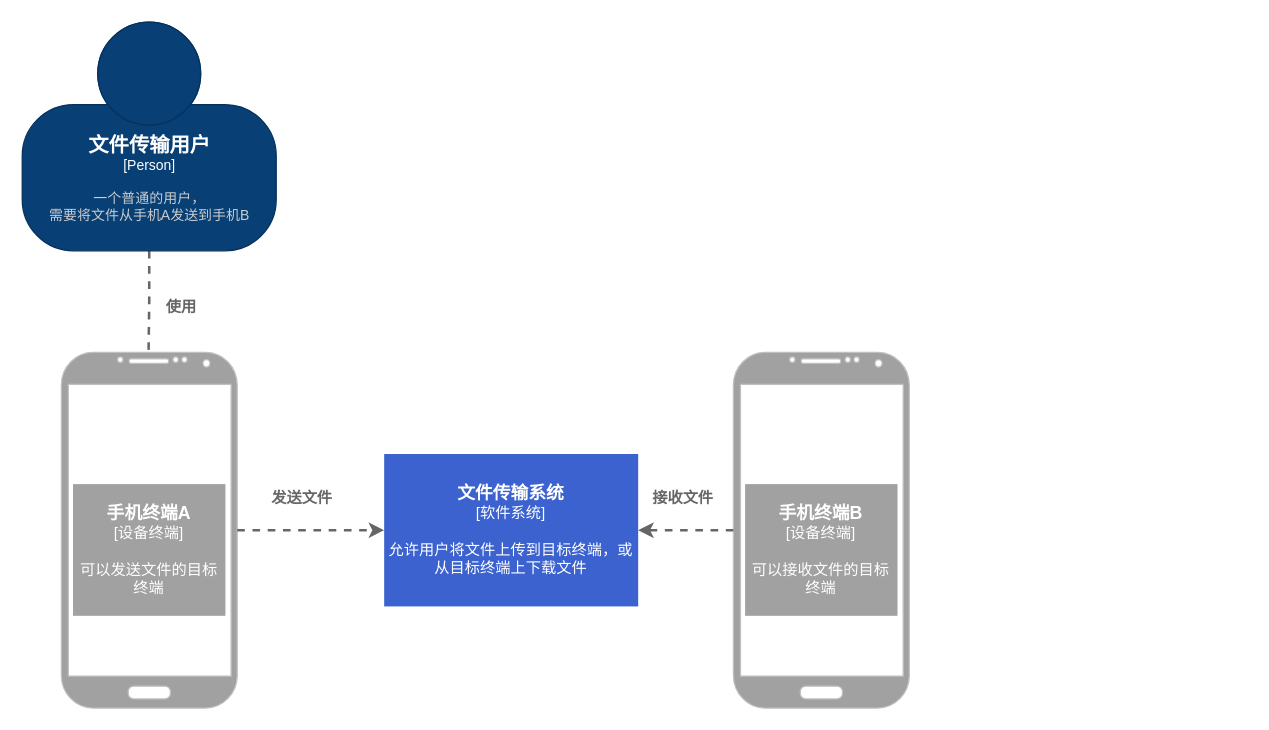
Before: page "phone2phone_c4_context" (1 of 3) of Programmar/project/filetransfer/design/p2ptransfer.drawio in xiahaohai123/Blog, a draw.io diagram. Source tidied: cells renumbered, new cells numbered last; positions are measured from the earlier drawing's top-left corner, leaving out a move shared by most shapes. Both pictures are drawn from the tidied source at 127%, with x=0, y=0 at pixel (22, 22).
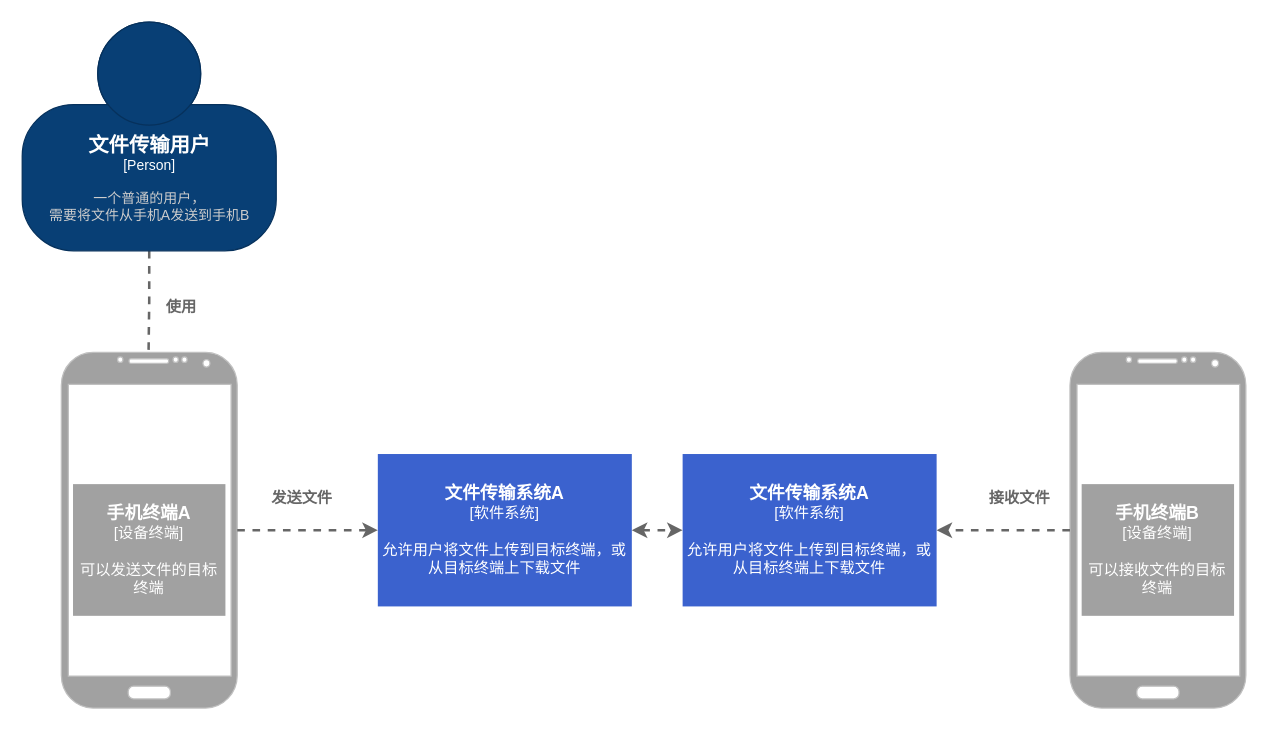
Above is the later version.

Change to the diagram source:
```diff
@@
 <mxGraphModel>
   <root>
     <mxCell id="0" />
     <mxCell id="1" parent="0" />
     <mxCell id="2" style="edgeStyle=orthogonalEdgeStyle;rounded=0;jettySize=auto;html=1;dashed=1;strokeColor=#666666;strokeWidth=2;entryX=0.494;entryY=0.069;entryDx=0;entryDy=0;entryPerimeter=0;" parent="1" edge="1" source="3" target="10">
       <mxGeometry relative="1" as="geometry" />
     </mxCell>
     <object id="3" label="&lt;font style=&quot;font-size: 16px&quot;&gt;&lt;b&gt;%c4Name%&lt;/b&gt;&lt;/font&gt;&lt;div&gt;[%c4Type%]&lt;/div&gt;&lt;br&gt;&lt;div&gt;&lt;font style=&quot;font-size: 11px&quot;&gt;&lt;font color=&quot;#cccccc&quot;&gt;%c4Description%&lt;/font&gt;&lt;/div&gt;" c4Description="一个普通的用户，&#10;需要将文件从手机A发送到手机B" c4Name="文件传输用户" c4Type="Person" placeholders="1">
       <mxCell style="html=1;fontSize=11;dashed=0;whitespace=wrap;fillColor=#083F75;strokeColor=#06315C;fontColor=#ffffff;shape=mxgraph.c4.person2;align=center;points=[[0.5,0,0],[1,0.5,0],[1,0.75,0],[0.75,1,0],[0.5,1,0],[0.25,1,0],[0,0.75,0],[0,0.5,0]];" parent="1" vertex="1">
         <mxGeometry width="200" height="180" as="geometry" />
       </mxCell>
     </object>
+    <mxCell id="16" style="edgeStyle=orthogonalEdgeStyle;rounded=0;jettySize=auto;html=1;strokeColor=#666666;strokeWidth=2;dashed=1;startArrow=classic;startFill=1;" parent="1" edge="1" source="4" target="17">
+      <mxGeometry relative="1" as="geometry" />
+    </mxCell>
-    <mxCell id="4" value="&lt;span style=&quot;font-size: 14px;&quot;&gt;&lt;b&gt;文件传输系统&lt;br&gt;&lt;/b&gt;&lt;/span&gt;[软件系统]&lt;br&gt;&lt;br&gt;允许用户将文件上传到目标终端，或从目标终端上下载文件" style="rounded=0;whiteSpace=wrap;html=1;fontSize=12;fillColor=#3B62CE;strokeColor=none;labelBackgroundColor=none;fontColor=#FFFFFF;" parent="1" vertex="1">
-      <mxGeometry x="285" y="340" width="200" height="120" as="geometry" />
+    <mxCell id="4" value="&lt;span style=&quot;font-size: 14px;&quot;&gt;&lt;b&gt;文件传输系统A&lt;br&gt;&lt;/b&gt;&lt;/span&gt;[软件系统]&lt;br&gt;&lt;br&gt;允许用户将文件上传到目标终端，或从目标终端上下载文件" style="rounded=0;whiteSpace=wrap;html=1;fontSize=12;fillColor=#3B62CE;strokeColor=none;labelBackgroundColor=none;fontColor=#FFFFFF;" parent="1" vertex="1">
+      <mxGeometry x="280" y="340" width="200" height="120" as="geometry" />
     </mxCell>
     <mxCell id="5" value="使用" style="text;html=1;align=center;verticalAlign=middle;strokeColor=none;fillColor=none;fontColor=#666666;fontStyle=1;" parent="1" vertex="1">
       <mxGeometry x="100" y="210" width="50" height="30" as="geometry" />
     </mxCell>
     <mxCell id="6" style="group;" parent="1" vertex="1">
-      <mxGeometry x="560" y="260" width="138.5" height="280" as="geometry" />
+      <mxGeometry x="825" y="260" width="138.5" height="280" as="geometry" />
     </mxCell>
     <mxCell id="7" style="verticalLabelPosition=bottom;verticalAlign=top;html=1;shadow=0;dashed=0;strokeWidth=1;shape=mxgraph.android.phone2;strokeColor=#c0c0c0;fontColor=#666666;fillColor=#A1A1A1;sketch=0;" parent="6" vertex="1">
       <mxGeometry width="138.5" height="280" as="geometry" />
     </mxCell>
     <mxCell id="8" value="&lt;span style=&quot;font-size: 14px;&quot;&gt;&lt;b&gt;手机终端B&lt;br&gt;&lt;/b&gt;&lt;/span&gt;[设备终端]&lt;br&gt;&lt;br&gt;可以接收文件的目标终端" style="rounded=0;whiteSpace=wrap;html=1;shadow=0;sketch=0;fontColor=#FFFFFF;fillColor=#A1A1A1;strokeColor=none;" parent="6" vertex="1">
       <mxGeometry x="9.2" y="103.7" width="120" height="103.7" as="geometry" />
     </mxCell>
     <mxCell id="9" style="group;" parent="1" vertex="1">
       <mxGeometry x="30.8" y="260" width="138.5" height="280" as="geometry" />
     </mxCell>
     <mxCell id="10" style="verticalLabelPosition=bottom;verticalAlign=top;html=1;shadow=0;dashed=0;strokeWidth=1;shape=mxgraph.android.phone2;strokeColor=#c0c0c0;fontColor=#666666;fillColor=#A1A1A1;sketch=0;" parent="9" vertex="1">
       <mxGeometry width="138.5" height="280" as="geometry" />
     </mxCell>
     <mxCell id="11" value="&lt;span style=&quot;font-size: 14px;&quot;&gt;&lt;b&gt;手机终端A&lt;br&gt;&lt;/b&gt;&lt;/span&gt;[设备终端]&lt;br&gt;&lt;br&gt;可以发送文件的目标终端" style="rounded=0;whiteSpace=wrap;html=1;shadow=0;sketch=0;fontColor=#FFFFFF;fillColor=#A1A1A1;strokeColor=none;" parent="9" vertex="1">
       <mxGeometry x="9.2" y="103.7" width="120" height="103.7" as="geometry" />
     </mxCell>
     <mxCell id="12" style="edgeStyle=orthogonalEdgeStyle;rounded=0;jettySize=auto;html=1;dashed=1;strokeColor=#666666;strokeWidth=2;fontColor=#FFFFFF;" parent="1" edge="1" source="10" target="4">
       <mxGeometry relative="1" as="geometry" />
     </mxCell>
     <mxCell id="13" value="发送文件" style="text;html=1;align=center;verticalAlign=middle;strokeColor=none;fillColor=none;fontColor=#666666;fontStyle=1;" parent="1" vertex="1">
       <mxGeometry x="185" y="360" width="70" height="30" as="geometry" />
     </mxCell>
-    <mxCell id="14" style="edgeStyle=orthogonalEdgeStyle;rounded=0;jettySize=auto;html=1;dashed=1;strokeColor=#666666;strokeWidth=2;fontColor=#666666;endArrow=classic;endFill=1;startArrow=none;startFill=0;" parent="1" edge="1" source="7" target="4">
+    <mxCell id="14" style="edgeStyle=orthogonalEdgeStyle;rounded=0;jettySize=auto;html=1;dashed=1;strokeColor=#666666;strokeWidth=2;fontColor=#666666;endArrow=classic;endFill=1;startArrow=none;startFill=0;" parent="1" edge="1" source="7" target="17">
       <mxGeometry relative="1" as="geometry" />
     </mxCell>
     <mxCell id="15" value="接收文件" style="text;html=1;align=center;verticalAlign=middle;strokeColor=none;fillColor=none;fontColor=#666666;fontStyle=1;" parent="1" vertex="1">
-      <mxGeometry x="485" y="360" width="70" height="30" as="geometry" />
+      <mxGeometry x="750" y="360" width="70" height="30" as="geometry" />
     </mxCell>
+    <mxCell id="17" value="&lt;span style=&quot;font-size: 14px;&quot;&gt;&lt;b&gt;文件传输系统A&lt;br&gt;&lt;/b&gt;&lt;/span&gt;[软件系统]&lt;br&gt;&lt;br&gt;允许用户将文件上传到目标终端，或从目标终端上下载文件" style="rounded=0;whiteSpace=wrap;html=1;fontSize=12;fillColor=#3B62CE;strokeColor=none;labelBackgroundColor=none;fontColor=#FFFFFF;" parent="1" vertex="1">
+      <mxGeometry x="520" y="340" width="200" height="120" as="geometry" />
+    </mxCell>
   </root>
 </mxGraphModel>
```
